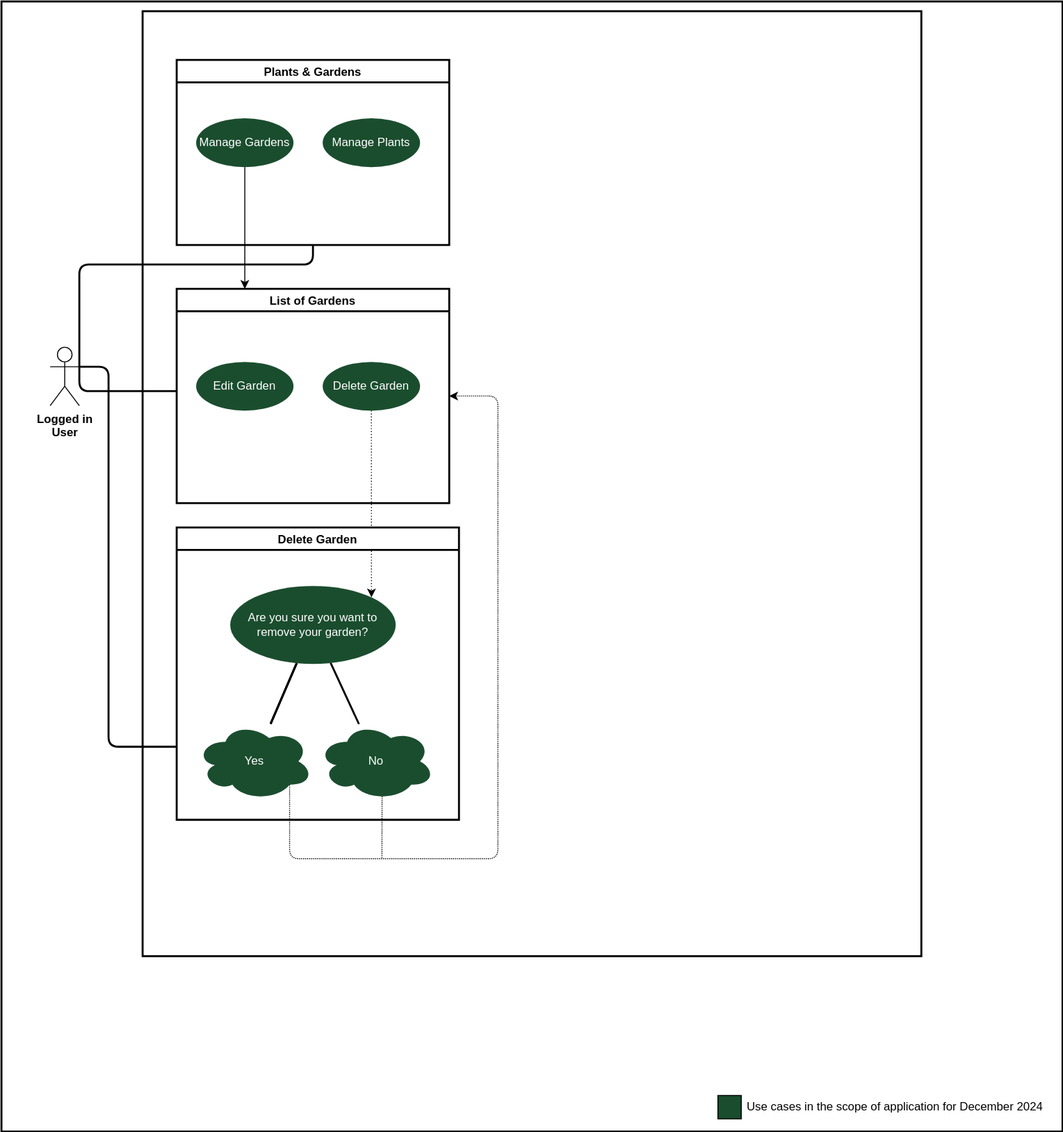
Earlier version of the draw.io export docs/assets/svg/Use Case Diagrams/deletePlant.drawio.svg (Green-Fingers-App/gardeningApp). Source tidied: cells renumbered, new cells last; positions are measured from the earlier drawing's top-left corner, leaving out a move shared by most shapes.
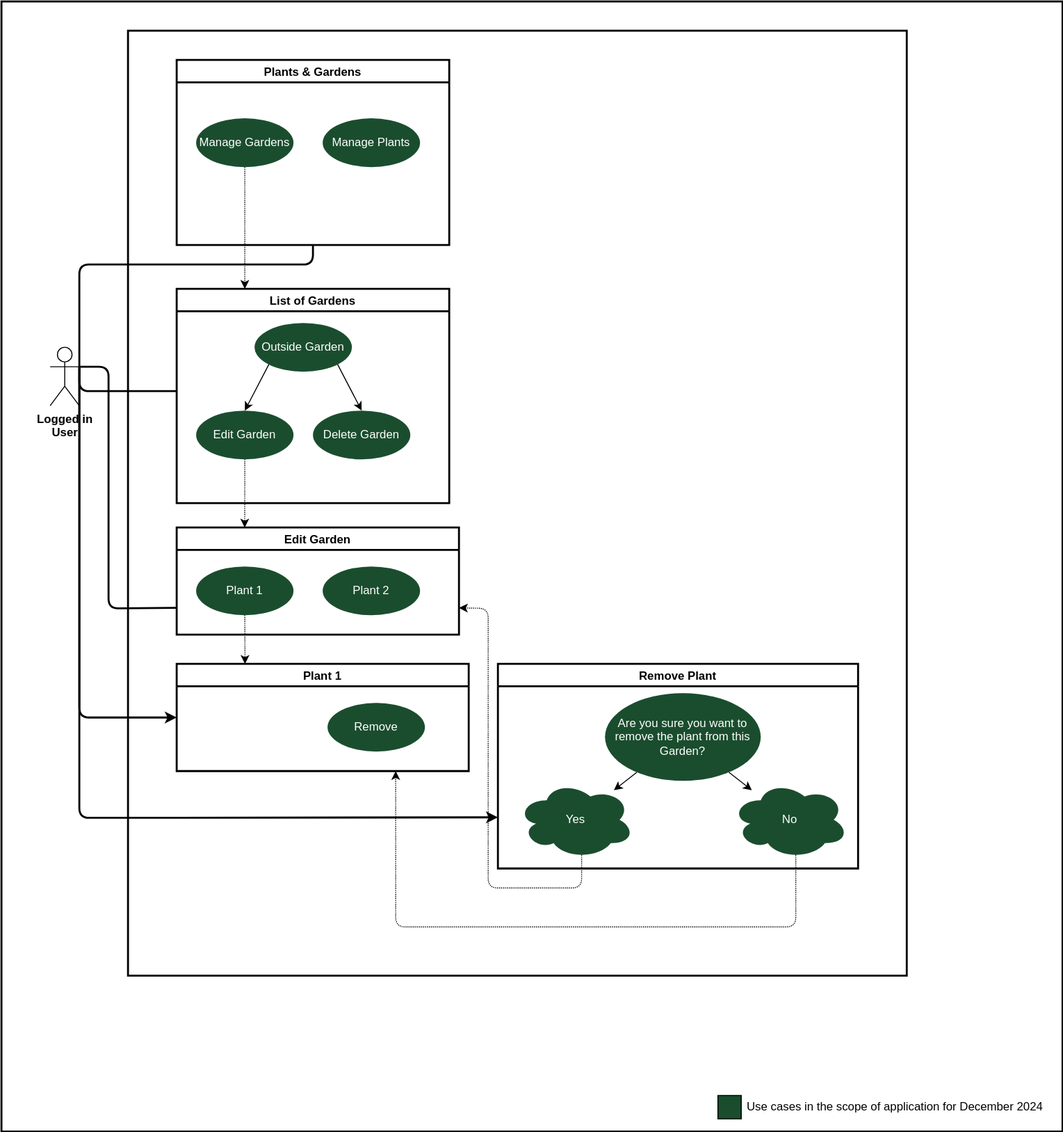
Later version of the same file.

Diff of the diagram source:
```diff
@@ -15,7 +15,7 @@
       <mxGeometry x="736" y="1123" width="24" height="24" as="geometry" />
     </mxCell>
     <mxCell id="6" style="whiteSpace=wrap;html=1;fillColor=#FFFFFF;strokeColor=#000000;strokeWidth=2;" parent="1" vertex="1">
-      <mxGeometry x="145" y="10" width="800" height="970" as="geometry" />
+      <mxGeometry x="130" y="30" width="800" height="970" as="geometry" />
     </mxCell>
     <mxCell id="7" value="Plants &amp; Gardens" style="swimlane;strokeColor=#000000;strokeWidth=2;fillColor=#FFFFFF;fontColor=#000000;" parent="1" vertex="1">
       <mxGeometry x="180" y="60" width="280" height="190" as="geometry" />
@@ -40,7 +40,7 @@
         <Array as="points">
           <mxPoint x="110" y="375" />
           <mxPoint x="110" y="520" />
-          <mxPoint x="110" y="765" />
+          <mxPoint x="110" y="623" />
         </Array>
       </mxGeometry>
     </mxCell>
@@ -52,6 +52,20 @@
         </Array>
       </mxGeometry>
     </mxCell>
+    <mxCell id="29" style="edgeStyle=none;html=1;exitX=1;exitY=0.3333333333333333;exitDx=0;exitDy=0;exitPerimeter=0;strokeColor=#000000;entryX=0;entryY=0.5;entryDx=0;entryDy=0;strokeWidth=2;" parent="1" edge="1" source="13" target="37">
+      <mxGeometry relative="1" as="geometry">
+        <Array as="points">
+          <mxPoint x="80" y="735" />
+        </Array>
+      </mxGeometry>
+    </mxCell>
+    <mxCell id="30" style="edgeStyle=none;html=1;exitX=1;exitY=0.3333333333333333;exitDx=0;exitDy=0;exitPerimeter=0;entryX=0;entryY=0.75;entryDx=0;entryDy=0;strokeColor=#000000;strokeWidth=2;" parent="1" edge="1" source="13" target="39">
+      <mxGeometry relative="1" as="geometry">
+        <Array as="points">
+          <mxPoint x="80" y="838" />
+        </Array>
+      </mxGeometry>
+    </mxCell>
     <mxCell id="13" value="&lt;font&gt;Logged in &lt;br&gt;User&lt;/font&gt;" style="shape=umlActor;verticalLabelPosition=bottom;verticalAlign=top;html=1;outlineConnect=0;fontColor=#000000;fontStyle=1;strokeColor=#000000;fillColor=#FFFFFF;" parent="1" vertex="1">
       <mxGeometry x="50" y="355" width="30" height="60" as="geometry" />
     </mxCell>
@@ -59,55 +73,78 @@
       <mxGeometry x="180" y="295" width="280" height="220" as="geometry" />
     </mxCell>
     <mxCell id="15" value="Edit Garden" style="ellipse;whiteSpace=wrap;html=1;verticalAlign=middle;fillColor=#1A4D2E;fontColor=#FFFFFF;strokeColor=none;" parent="14" vertex="1">
-      <mxGeometry x="20" y="75" width="100" height="50" as="geometry" />
+      <mxGeometry x="20" y="125" width="100" height="50" as="geometry" />
     </mxCell>
-    <mxCell id="16" style="edgeStyle=none;html=1;exitX=0.5;exitY=1;exitDx=0;exitDy=0;entryX=1;entryY=0;entryDx=0;entryDy=0;strokeColor=#000000;rounded=0;dashed=1;dashPattern=1 2;" parent="1" edge="1" source="17" target="23">
-      <mxGeometry relative="1" as="geometry" />
-    </mxCell>
-    <mxCell id="17" value="Delete Garden" style="ellipse;whiteSpace=wrap;html=1;verticalAlign=middle;fillColor=#1A4D2E;fontColor=#FFFFFF;strokeColor=none;" parent="1" vertex="1">
-      <mxGeometry x="330" y="370" width="100" height="50" as="geometry" />
+    <mxCell id="17" value="Delete Garden" style="ellipse;whiteSpace=wrap;html=1;verticalAlign=middle;fillColor=#1A4D2E;fontColor=#FFFFFF;strokeColor=none;" parent="14" vertex="1">
+      <mxGeometry x="140" y="125" width="100" height="50" as="geometry" />
     </mxCell>
-    <mxCell id="18" value="Delete Garden" style="swimlane;strokeColor=#000000;strokeWidth=2;fillColor=#FFFFFF;fontColor=#000000;" parent="1" vertex="1">
-      <mxGeometry x="180" y="540" width="290" height="300" as="geometry" />
+    <mxCell id="18" value="Edit Garden" style="swimlane;strokeColor=#000000;strokeWidth=2;fillColor=#FFFFFF;fontColor=#000000;" parent="1" vertex="1">
+      <mxGeometry x="180" y="540" width="290" height="110" as="geometry" />
     </mxCell>
-    <mxCell id="19" style="edgeStyle=none;rounded=1;html=1;strokeColor=#000000;strokeWidth=2;endArrow=none;endFill=0;" parent="18" edge="1" source="23" target="24">
-      <mxGeometry relative="1" as="geometry" />
-    </mxCell>
-    <mxCell id="20" style="edgeStyle=none;rounded=1;html=1;strokeColor=#000000;strokeWidth=2;endArrow=none;endFill=0;" parent="18" edge="1" source="23" target="24">
-      <mxGeometry relative="1" as="geometry" />
-    </mxCell>
-    <mxCell id="21" style="edgeStyle=none;rounded=1;html=1;strokeColor=#000000;strokeWidth=2;endArrow=none;endFill=0;" parent="18" edge="1" source="23" target="24">
-      <mxGeometry relative="1" as="geometry" />
-    </mxCell>
-    <mxCell id="22" style="edgeStyle=none;rounded=1;html=1;strokeColor=#000000;strokeWidth=2;endArrow=none;endFill=0;" parent="18" edge="1" source="23" target="25">
-      <mxGeometry relative="1" as="geometry" />
-    </mxCell>
-    <mxCell id="23" value="Are you sure you want to remove your garden?" style="ellipse;whiteSpace=wrap;html=1;verticalAlign=middle;fillColor=#1A4D2E;fontColor=#FFFFFF;strokeColor=none;" parent="18" vertex="1">
-      <mxGeometry x="55" y="60" width="170" height="80" as="geometry" />
-    </mxCell>
+    <mxCell id="31" value="Plant 2" style="ellipse;whiteSpace=wrap;html=1;verticalAlign=middle;fillColor=#1A4D2E;fontColor=#FFFFFF;strokeColor=none;" parent="18" vertex="1">
+      <mxGeometry x="150" y="40" width="100" height="50" as="geometry" />
+    </mxCell>
+    <mxCell id="26" style="edgeStyle=none;rounded=0;html=1;exitX=0.5;exitY=1;exitDx=0;exitDy=0;entryX=0.25;entryY=0;entryDx=0;entryDy=0;strokeColor=#000000;endArrow=classic;endFill=1;dashed=1;dashPattern=1 1;" parent="1" edge="1" source="9" target="14">
+      <mxGeometry relative="1" as="geometry" />
+    </mxCell>
+    <mxCell id="32" style="edgeStyle=none;html=1;exitX=0.5;exitY=1;exitDx=0;exitDy=0;entryX=0.234;entryY=0;entryDx=0;entryDy=0;entryPerimeter=0;dashed=1;dashPattern=1 1;strokeColor=#000000;strokeWidth=1;" parent="1" edge="1" source="33" target="37">
+      <mxGeometry relative="1" as="geometry" />
+    </mxCell>
+    <mxCell id="33" value="Plant 1" style="ellipse;whiteSpace=wrap;html=1;verticalAlign=middle;fillColor=#1A4D2E;fontColor=#FFFFFF;strokeColor=none;" parent="1" vertex="1">
+      <mxGeometry x="200" y="580" width="100" height="50" as="geometry" />
+    </mxCell>
+    <mxCell id="34" style="edgeStyle=none;html=1;exitX=0;exitY=1;exitDx=0;exitDy=0;entryX=0.5;entryY=0;entryDx=0;entryDy=0;strokeColor=#000000;" parent="1" edge="1" source="36" target="15">
+      <mxGeometry relative="1" as="geometry" />
+    </mxCell>
+    <mxCell id="35" style="edgeStyle=none;html=1;exitX=1;exitY=1;exitDx=0;exitDy=0;entryX=0.5;entryY=0;entryDx=0;entryDy=0;strokeColor=#000000;" parent="1" edge="1" source="36" target="17">
+      <mxGeometry relative="1" as="geometry" />
+    </mxCell>
+    <mxCell id="36" value="Outside Garden" style="ellipse;whiteSpace=wrap;html=1;verticalAlign=middle;fillColor=#1A4D2E;fontColor=#FFFFFF;strokeColor=none;" parent="1" vertex="1">
+      <mxGeometry x="260" y="330" width="100" height="50" as="geometry" />
+    </mxCell>
+    <mxCell id="37" value="Plant 1" style="swimlane;strokeColor=#000000;strokeWidth=2;fillColor=#FFFFFF;fontColor=#000000;" parent="1" vertex="1">
+      <mxGeometry x="180" y="680" width="300" height="110" as="geometry" />
+    </mxCell>
+    <mxCell id="38" value="Remove" style="ellipse;whiteSpace=wrap;html=1;verticalAlign=middle;fillColor=#1A4D2E;fontColor=#FFFFFF;strokeColor=none;" parent="1" vertex="1">
+      <mxGeometry x="335" y="720" width="100" height="50" as="geometry" />
+    </mxCell>
+    <mxCell id="39" value="Remove Plant" style="swimlane;strokeColor=#000000;strokeWidth=2;fillColor=#FFFFFF;fontColor=#000000;" parent="1" vertex="1">
+      <mxGeometry x="510" y="680" width="370" height="210" as="geometry" />
+    </mxCell>
+    <mxCell id="40" style="edgeStyle=none;html=1;strokeColor=#000000;" parent="39" edge="1" source="42" target="24">
+      <mxGeometry relative="1" as="geometry" />
+    </mxCell>
+    <mxCell id="41" style="edgeStyle=none;html=1;strokeColor=#000000;" parent="39" edge="1" source="42" target="25">
+      <mxGeometry relative="1" as="geometry" />
+    </mxCell>
+    <mxCell id="42" value="Are you sure you want to remove the plant from this Garden?" style="ellipse;whiteSpace=wrap;html=1;verticalAlign=middle;fillColor=#1A4D2E;fontColor=#FFFFFF;strokeColor=none;" parent="39" vertex="1">
+      <mxGeometry x="110" y="30" width="160" height="90" as="geometry" />
+    </mxCell>
-    <mxCell id="24" value="Yes" style="ellipse;shape=cloud;whiteSpace=wrap;html=1;fillColor=#1A4D2E;strokeColor=none;fontColor=#FFFFFF;" parent="18" vertex="1">
-      <mxGeometry x="20" y="200" width="120" height="80" as="geometry" />
+    <mxCell id="24" value="Yes" style="ellipse;shape=cloud;whiteSpace=wrap;html=1;fillColor=#1A4D2E;strokeColor=none;fontColor=#FFFFFF;" parent="39" vertex="1">
+      <mxGeometry x="20" y="120" width="120" height="80" as="geometry" />
     </mxCell>
-    <mxCell id="25" value="No" style="ellipse;shape=cloud;whiteSpace=wrap;html=1;fillColor=#1A4D2E;strokeColor=none;fontColor=#FFFFFF;" parent="18" vertex="1">
-      <mxGeometry x="145" y="200" width="120" height="80" as="geometry" />
+    <mxCell id="25" value="No" style="ellipse;shape=cloud;whiteSpace=wrap;html=1;fillColor=#1A4D2E;strokeColor=none;fontColor=#FFFFFF;" parent="39" vertex="1">
+      <mxGeometry x="240" y="120" width="120" height="80" as="geometry" />
     </mxCell>
-    <mxCell id="26" style="edgeStyle=none;rounded=0;html=1;exitX=0.5;exitY=1;exitDx=0;exitDy=0;entryX=0.25;entryY=0;entryDx=0;entryDy=0;strokeColor=#000000;endArrow=classic;endFill=1;" parent="1" edge="1" source="9" target="14">
-      <mxGeometry relative="1" as="geometry" />
-    </mxCell>
-    <mxCell id="27" style="edgeStyle=none;rounded=1;html=1;exitX=0.8;exitY=0.8;exitDx=0;exitDy=0;exitPerimeter=0;entryX=1;entryY=0.5;entryDx=0;entryDy=0;strokeColor=#000000;strokeWidth=1;endArrow=classic;endFill=1;dashed=1;dashPattern=1 1;" parent="1" edge="1" source="24" target="14">
-      <mxGeometry relative="1" as="geometry">
-        <Array as="points">
-          <mxPoint x="296" y="880" />
-          <mxPoint x="510" y="880" />
-          <mxPoint x="510" y="640" />
-          <mxPoint x="510" y="405" />
-        </Array>
-      </mxGeometry>
-    </mxCell>
-    <mxCell id="28" style="edgeStyle=none;rounded=1;html=1;exitX=0.55;exitY=0.95;exitDx=0;exitDy=0;exitPerimeter=0;strokeColor=#000000;strokeWidth=1;endArrow=none;endFill=0;dashed=1;dashPattern=1 1;" parent="1" edge="1" source="25">
-      <mxGeometry relative="1" as="geometry">
-        <mxPoint x="390.9" y="880" as="targetPoint" />
-      </mxGeometry>
-    </mxCell>
+    <mxCell id="43" style="edgeStyle=none;html=1;exitX=0.55;exitY=0.95;exitDx=0;exitDy=0;exitPerimeter=0;entryX=1;entryY=0.75;entryDx=0;entryDy=0;strokeColor=#000000;dashed=1;dashPattern=1 1;" parent="1" edge="1" source="24" target="18">
+      <mxGeometry relative="1" as="geometry">
+        <Array as="points">
+          <mxPoint x="596" y="910" />
+          <mxPoint x="500" y="910" />
+          <mxPoint x="500" y="623" />
+        </Array>
+      </mxGeometry>
+    </mxCell>
+    <mxCell id="44" style="edgeStyle=none;html=1;exitX=0.55;exitY=0.95;exitDx=0;exitDy=0;exitPerimeter=0;entryX=0.75;entryY=1;entryDx=0;entryDy=0;strokeColor=#000000;dashed=1;dashPattern=1 1;" parent="1" edge="1" source="25" target="37">
+      <mxGeometry relative="1" as="geometry">
+        <Array as="points">
+          <mxPoint x="816" y="950" />
+          <mxPoint x="405" y="950" />
+        </Array>
+      </mxGeometry>
+    </mxCell>
+    <mxCell id="45" style="edgeStyle=none;html=1;exitX=0.5;exitY=1;exitDx=0;exitDy=0;entryX=0.241;entryY=0;entryDx=0;entryDy=0;entryPerimeter=0;strokeColor=#000000;strokeWidth=1;dashed=1;dashPattern=1 1;" parent="1" edge="1" source="15" target="18">
+      <mxGeometry relative="1" as="geometry" />
+    </mxCell>
   </root>
 </mxGraphModel>
```
